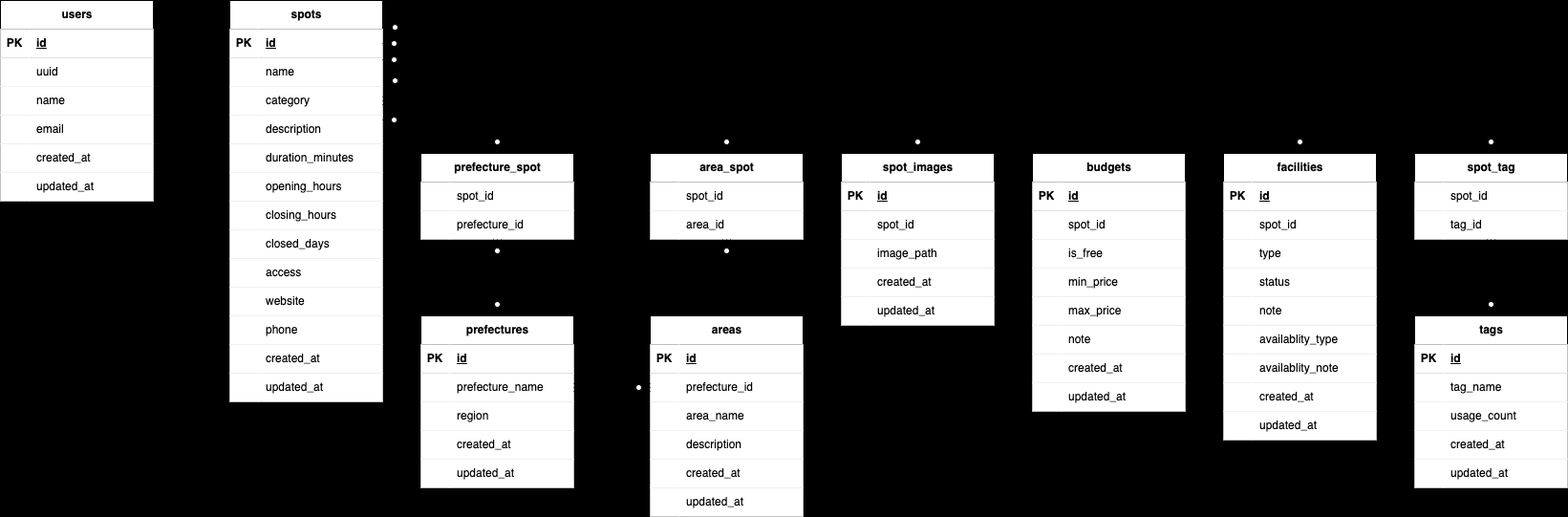
The draw.io diagram .drawio.png in Koharu5810/shiorip, before a commit. Source tidied: cells renumbered, new cells last; positions are measured from the earlier drawing's top-left corner, leaving out a move shared by most shapes.
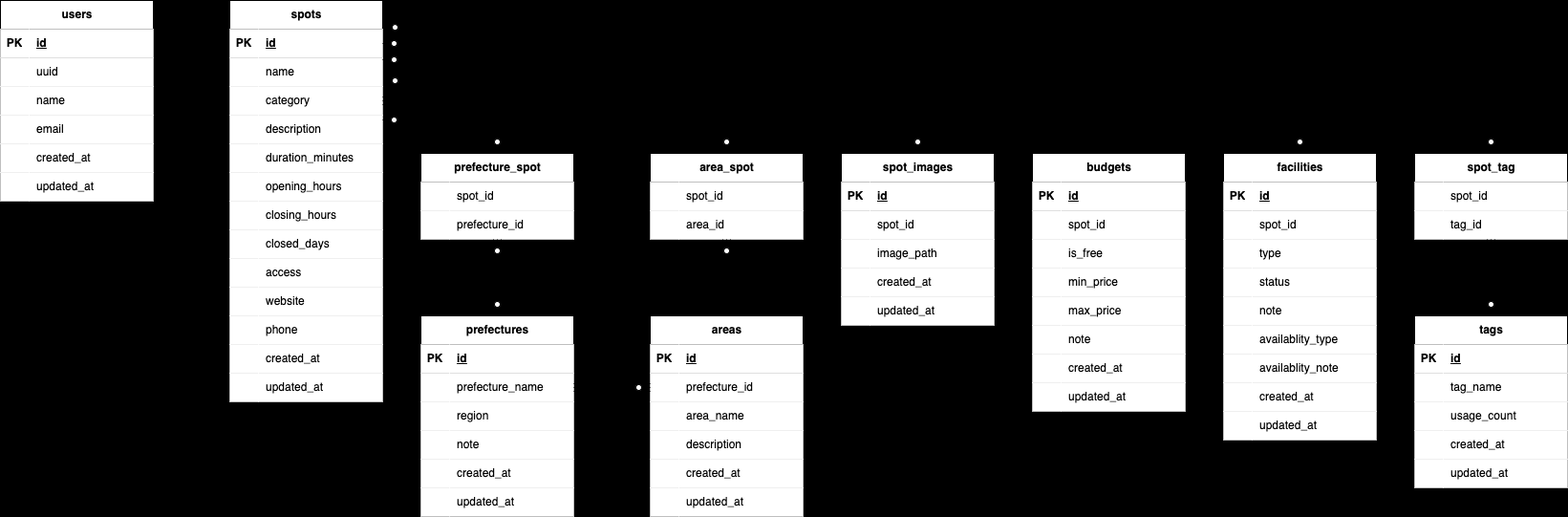
After the commit.

Change to the diagram source:
```diff
@@ -123,7 +123,7 @@
       <mxGeometry x="30" width="130" height="30" as="geometry" />
     </mxCell>
     <mxCell id="42" value="prefectures" style="shape=table;startSize=30;rowLines=0;fontStyle=1;align=center;html=1;" parent="1" vertex="1">
-      <mxGeometry x="440" y="330" width="160" height="180" as="geometry" />
+      <mxGeometry x="440" y="330" width="160" height="210" as="geometry" />
     </mxCell>
     <mxCell id="43" style="shape=tableRow;horizontal=0;startSize=0;swimlaneHead=0;swimlaneBody=0;top=0;left=0;right=0;bottom=1;" parent="42" vertex="1">
       <mxGeometry y="30" width="160" height="30" as="geometry" />
@@ -152,8 +152,17 @@
     <mxCell id="51" value="region" style="shape=partialRectangle;top=0;left=0;bottom=0;right=0;align=left;spacingLeft=6;overflow=hidden;whiteSpace=wrap;html=1;" parent="49" vertex="1">
       <mxGeometry x="30" width="130" height="30" as="geometry" />
     </mxCell>
+    <mxCell id="212" style="shape=tableRow;horizontal=0;startSize=0;swimlaneHead=0;swimlaneBody=0;top=0;left=0;right=0;bottom=0;" parent="42" vertex="1">
+      <mxGeometry y="120" width="160" height="30" as="geometry" />
+    </mxCell>
+    <mxCell id="213" style="shape=partialRectangle;top=0;left=0;bottom=0;right=0;overflow=hidden;whiteSpace=wrap;html=1;" parent="212" vertex="1">
+      <mxGeometry width="30" height="30" as="geometry" />
+    </mxCell>
+    <mxCell id="214" value="note" style="shape=partialRectangle;top=0;left=0;bottom=0;right=0;align=left;spacingLeft=6;overflow=hidden;whiteSpace=wrap;html=1;" parent="212" vertex="1">
+      <mxGeometry x="30" width="130" height="30" as="geometry" />
+    </mxCell>
     <mxCell id="52" style="shape=tableRow;horizontal=0;startSize=0;swimlaneHead=0;swimlaneBody=0;top=0;left=0;right=0;bottom=0;" parent="42" vertex="1">
-      <mxGeometry y="120" width="160" height="30" as="geometry" />
+      <mxGeometry y="150" width="160" height="30" as="geometry" />
     </mxCell>
     <mxCell id="53" style="shape=partialRectangle;top=0;left=0;bottom=0;right=0;overflow=hidden;whiteSpace=wrap;html=1;" parent="52" vertex="1">
       <mxGeometry width="30" height="30" as="geometry" />
@@ -162,7 +171,7 @@
       <mxGeometry x="30" width="130" height="30" as="geometry" />
     </mxCell>
     <mxCell id="55" style="shape=tableRow;horizontal=0;startSize=0;swimlaneHead=0;swimlaneBody=0;top=0;left=0;right=0;bottom=0;" parent="42" vertex="1">
-      <mxGeometry y="150" width="160" height="30" as="geometry" />
+      <mxGeometry y="180" width="160" height="30" as="geometry" />
     </mxCell>
     <mxCell id="56" style="shape=partialRectangle;top=0;left=0;bottom=0;right=0;overflow=hidden;whiteSpace=wrap;html=1;" parent="55" vertex="1">
       <mxGeometry width="30" height="30" as="geometry" />
```
